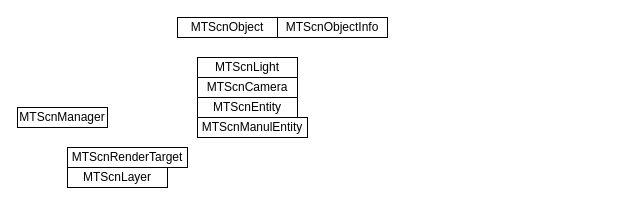
loleng/mediatools keeps this draw.io diagram as SceneKit.drawio. Above is the earlier version. Source tidied: cells renumbered, new cells numbered last; positions are measured from the earlier drawing's top-left corner, leaving out a move shared by most shapes. Both pictures are drawn from the tidied source at 100%, with x=0, y=0 at pixel (17, 17).
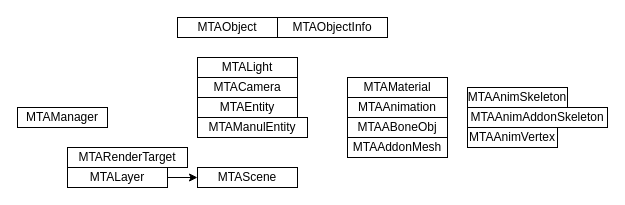
After the change.

The edit, as a diff of the source:
```diff
@@
 <mxGraphModel>
   <root>
     <mxCell id="0" />
     <mxCell id="1" parent="0" />
-    <mxCell id="2" value="MTScnManager" style="whiteSpace=wrap;html=1;" parent="1" vertex="1">
+    <mxCell id="2" value="MTAManager" style="whiteSpace=wrap;html=1;" parent="1" vertex="1">
       <mxGeometry y="90" width="90" height="20" as="geometry" />
     </mxCell>
-    <mxCell id="3" value="MTScnRenderTarget" style="whiteSpace=wrap;html=1;" parent="1" vertex="1">
+    <mxCell id="3" value="MTARenderTarget" style="whiteSpace=wrap;html=1;" parent="1" vertex="1">
       <mxGeometry x="50" y="130" width="120" height="20" as="geometry" />
     </mxCell>
-    <mxCell id="4" value="MTScnObject" style="whiteSpace=wrap;html=1;" parent="1" vertex="1">
+    <mxCell id="4" value="MTAObject" style="whiteSpace=wrap;html=1;" parent="1" vertex="1">
       <mxGeometry x="160" width="100" height="20" as="geometry" />
     </mxCell>
-    <mxCell id="5" value="MTScnObjectInfo" style="whiteSpace=wrap;html=1;" parent="1" vertex="1">
+    <mxCell id="5" value="MTAObjectInfo" style="whiteSpace=wrap;html=1;" parent="1" vertex="1">
       <mxGeometry x="260" width="110" height="20" as="geometry" />
     </mxCell>
-    <mxCell id="6" value="MTScnLight" style="whiteSpace=wrap;html=1;" parent="1" vertex="1">
+    <mxCell id="6" value="MTALight" style="whiteSpace=wrap;html=1;" parent="1" vertex="1">
       <mxGeometry x="180" y="40" width="100" height="20" as="geometry" />
     </mxCell>
-    <mxCell id="7" value="MTScnCamera" style="whiteSpace=wrap;html=1;" parent="1" vertex="1">
+    <mxCell id="7" value="MTACamera" style="whiteSpace=wrap;html=1;" parent="1" vertex="1">
       <mxGeometry x="180" y="60" width="100" height="20" as="geometry" />
     </mxCell>
-    <mxCell id="8" value="MTScnEntity" style="whiteSpace=wrap;html=1;" parent="1" vertex="1">
+    <mxCell id="8" value="MTAEntity" style="whiteSpace=wrap;html=1;" parent="1" vertex="1">
       <mxGeometry x="180" y="80" width="100" height="20" as="geometry" />
     </mxCell>
-    <mxCell id="9" value="MTScnManulEntity" style="whiteSpace=wrap;html=1;" parent="1" vertex="1">
+    <mxCell id="9" value="MTAManulEntity" style="whiteSpace=wrap;html=1;" parent="1" vertex="1">
       <mxGeometry x="180" y="100" width="110" height="20" as="geometry" />
     </mxCell>
+    <mxCell id="11" style="edgeStyle=orthogonalEdgeStyle;rounded=0;jettySize=auto;html=1;" parent="1" edge="1" source="10" target="12">
+      <mxGeometry relative="1" as="geometry" />
+    </mxCell>
-    <mxCell id="10" value="MTScnLayer" style="whiteSpace=wrap;html=1;" parent="1" vertex="1">
+    <mxCell id="10" value="MTALayer" style="whiteSpace=wrap;html=1;" parent="1" vertex="1">
       <mxGeometry x="50" y="150" width="100" height="20" as="geometry" />
     </mxCell>
+    <mxCell id="12" value="MTAScene" style="whiteSpace=wrap;html=1;" parent="1" vertex="1">
+      <mxGeometry x="180" y="150" width="100" height="20" as="geometry" />
+    </mxCell>
+    <mxCell id="13" value="MTAMaterial" style="whiteSpace=wrap;html=1;" parent="1" vertex="1">
+      <mxGeometry x="330" y="60" width="100" height="20" as="geometry" />
+    </mxCell>
+    <mxCell id="14" value="MTAAnimation" style="whiteSpace=wrap;html=1;" parent="1" vertex="1">
+      <mxGeometry x="330" y="80" width="100" height="20" as="geometry" />
+    </mxCell>
+    <mxCell id="15" value="MTAABoneObj" style="whiteSpace=wrap;html=1;" parent="1" vertex="1">
+      <mxGeometry x="330" y="100" width="100" height="20" as="geometry" />
+    </mxCell>
+    <mxCell id="16" value="MTAAddonMesh" style="whiteSpace=wrap;html=1;" parent="1" vertex="1">
+      <mxGeometry x="330" y="120" width="100" height="20" as="geometry" />
+    </mxCell>
+    <mxCell id="17" value="MTAAnimSkeleton" style="whiteSpace=wrap;html=1;" parent="1" vertex="1">
+      <mxGeometry x="450" y="70" width="100" height="20" as="geometry" />
+    </mxCell>
+    <mxCell id="18" value="MTAAnimAddonSkeleton" style="whiteSpace=wrap;html=1;" parent="1" vertex="1">
+      <mxGeometry x="450" y="90" width="140" height="20" as="geometry" />
+    </mxCell>
+    <mxCell id="19" value="MTAAnimVertex" style="whiteSpace=wrap;html=1;" parent="1" vertex="1">
+      <mxGeometry x="450" y="110" width="90" height="20" as="geometry" />
+    </mxCell>
   </root>
 </mxGraphModel>
```
